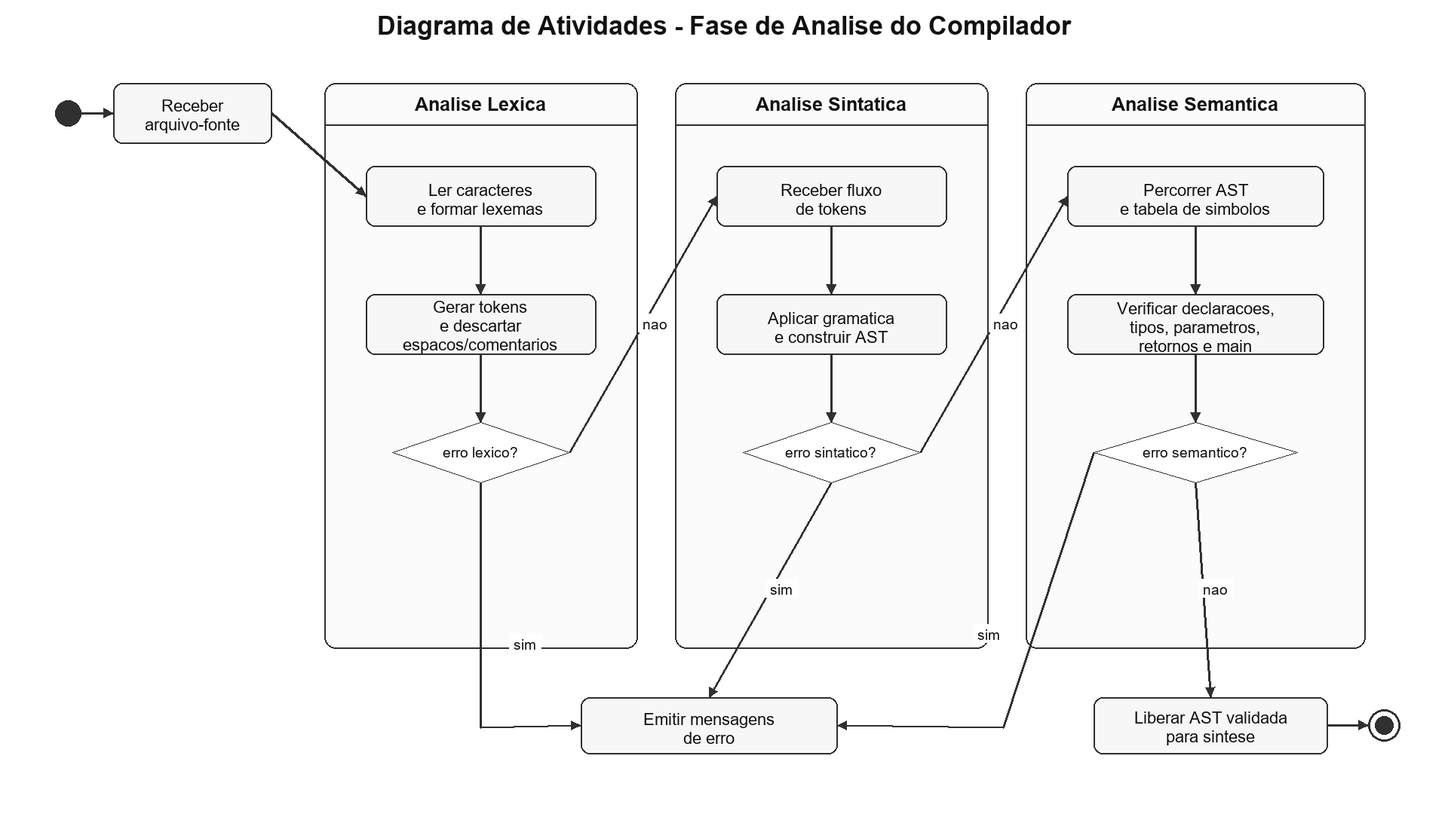
Above: diagramas/png_16x9/04_analise_atividades.png in FelipeSilvestre04/Compiladores (PlantUML), before the change. Its source is kept beside it as diagramas/puml/04_analise_atividades.puml.
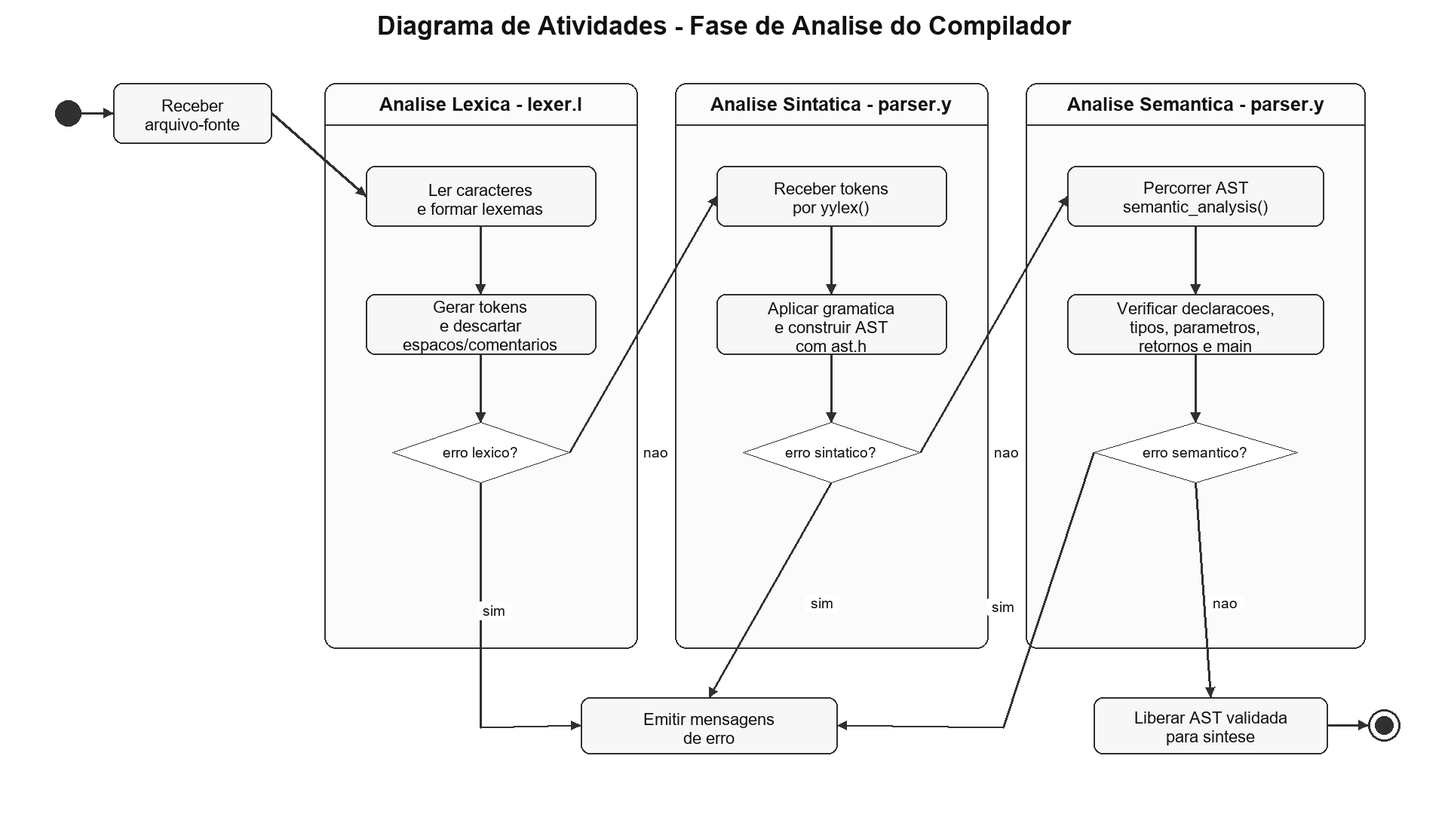
The same diagram one commit later.

What changed in the source:
```diff
@@ -11,7 +11,7 @@
 :Receber arquivo-fonte em C-;
 
 repeat
-  :Ler caracteres do arquivo;
+  :lexer.l le caracteres\ne forma lexemas;
   if (lexema reconhecido?) then (sim)
     :Gerar token;
   else (nao)
@@ -23,19 +23,19 @@
   :Interromper compilacao;
   stop
 else (nao)
-  :Enviar tokens ao analisador sintatico;
+  :Enviar tokens ao yyparse()\nem parser.y;
 endif
 
 if (tokens seguem a gramatica?) then (sim)
   :Aplicar producoes gramaticais;
-  :Construir AST;
+  :Construir AST com nos definidos\nem ast.h;
 else (nao)
   :Registrar erro sintatico;
   :Interromper compilacao;
   stop
 endif
 
-:Percorrer AST para analise semantica;
+:Executar semantic_analysis()\nem parser.y;
 :Registrar declaracoes na tabela de simbolos;
 :Verificar identificadores, funcoes,\nparametros, vetores, tipos e retornos;
 :Verificar existencia e assinatura da funcao main;
```
